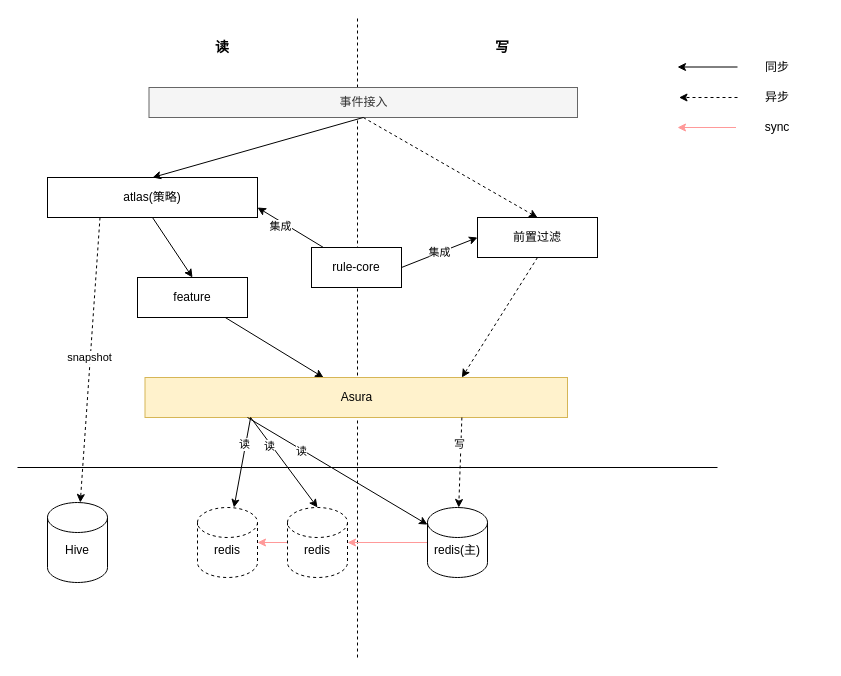
Earlier version of the draw.io diagram infra_asura.drawio (learn2Pro/draw_io_save). Source tidied: cells renumbered, new cells numbered last; positions are measured from the earlier drawing's top-left corner, leaving out a move shared by most shapes. Both pictures are drawn from the tidied source at 100%, with x=0, y=0 at pixel (17, 17).
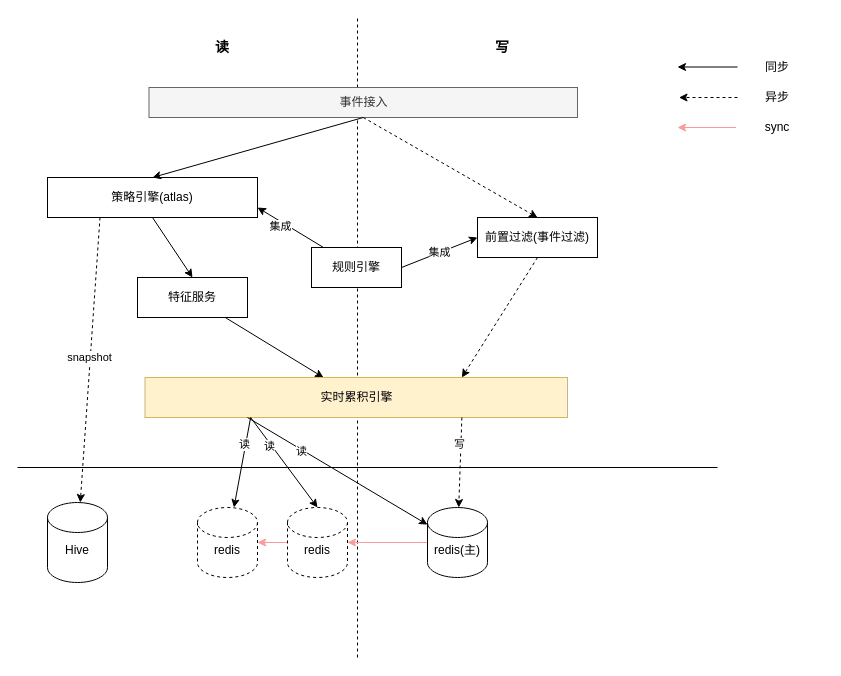
The same page after the edit.

What changed in the source:
```diff
@@
-    <mxCell id="8" value="atlas(策略)" style="rounded=0;whiteSpace=wrap;html=1;" parent="1" vertex="1">
+    <mxCell id="8" value="策略引擎(atlas)" style="rounded=0;whiteSpace=wrap;html=1;" parent="1" vertex="1">
       <mxGeometry x="30" y="160" width="210" height="40" as="geometry" />
     </mxCell>
@@
-    <mxCell id="11" value="rule-core" style="rounded=0;whiteSpace=wrap;html=1;" parent="1" vertex="1">
+    <mxCell id="11" value="规则引擎" style="rounded=0;whiteSpace=wrap;html=1;" parent="1" vertex="1">
       <mxGeometry x="294" y="230" width="90" height="40" as="geometry" />
     </mxCell>
@@
-    <mxCell id="13" value="feature" style="rounded=0;whiteSpace=wrap;html=1;" parent="1" vertex="1">
+    <mxCell id="13" value="特征服务" style="rounded=0;whiteSpace=wrap;html=1;" parent="1" vertex="1">
       <mxGeometry x="120" y="260" width="110" height="40" as="geometry" />
     </mxCell>
-    <mxCell id="14" value="Asura" style="whiteSpace=wrap;html=1;rounded=0;fillColor=#fff2cc;strokeColor=#d6b656;" parent="1" vertex="1">
+    <mxCell id="14" value="实时累积引擎" style="whiteSpace=wrap;html=1;rounded=0;fillColor=#fff2cc;strokeColor=#d6b656;" parent="1" vertex="1">
       <mxGeometry x="127.5" y="360" width="422.5" height="40" as="geometry" />
     </mxCell>
@@
-    <mxCell id="23" value="前置过滤" style="rounded=0;whiteSpace=wrap;html=1;" parent="1" vertex="1">
+    <mxCell id="23" value="前置过滤(事件过滤)" style="rounded=0;whiteSpace=wrap;html=1;" parent="1" vertex="1">
       <mxGeometry x="460" y="200" width="120" height="40" as="geometry" />
     </mxCell>
```
